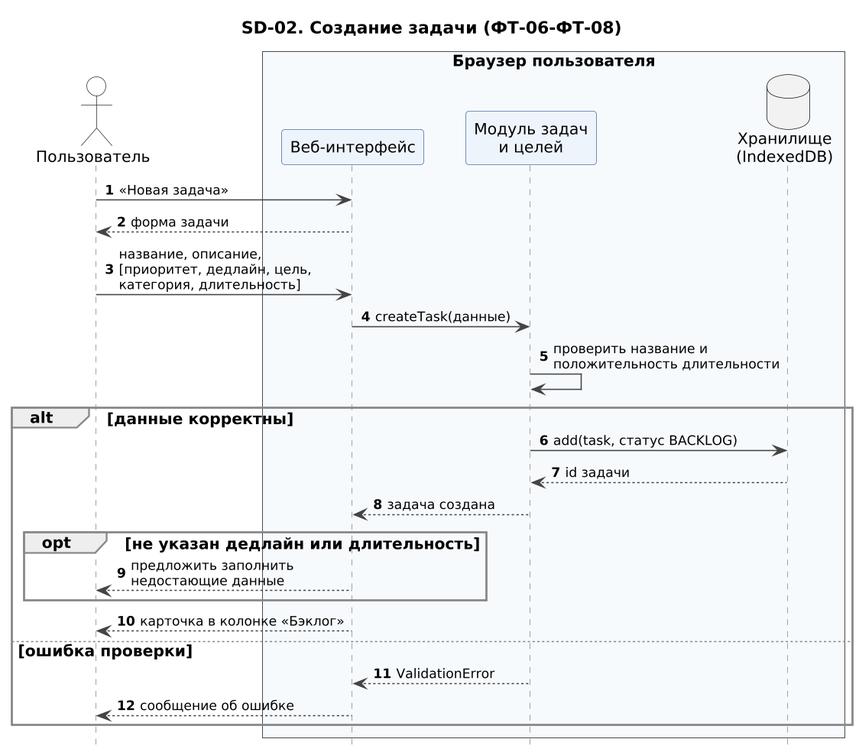
The PlantUML diagram docs/uml/png/SD-02_sozdanie_zadachi.png in freez044/kpo_project, before a commit. Its diagram source:
```plantuml
@startuml SD-02_sozdanie_zadachi
!include seqhead.iuml
title SD-02. Создание задачи (ФТ-06-ФТ-08)
actor "Пользователь" as U
box "Браузер пользователя" #F7FAFD
participant "Веб-интерфейс" as UI
participant "Модуль задач\nи целей" as TM
database "Хранилище\n(IndexedDB)" as DB
end box

U -> UI : «Новая задача»
UI --> U : форма задачи
U -> UI : название, описание,\n[приоритет, дедлайн, цель,\nкатегория, длительность]
UI -> TM : createTask(данные)
TM -> TM : проверить название и\nположительность длительности
alt данные корректны
  TM -> DB : add(task, статус BACKLOG)
  DB --> TM : id задачи
  TM --> UI : задача создана
  opt не указан дедлайн или длительность
    UI --> U : предложить заполнить\nнедостающие данные
  end
  UI --> U : карточка в колонке «Бэклог»
else ошибка проверки
  TM --> UI : ValidationError
  UI --> U : сообщение об ошибке
end
@enduml
```
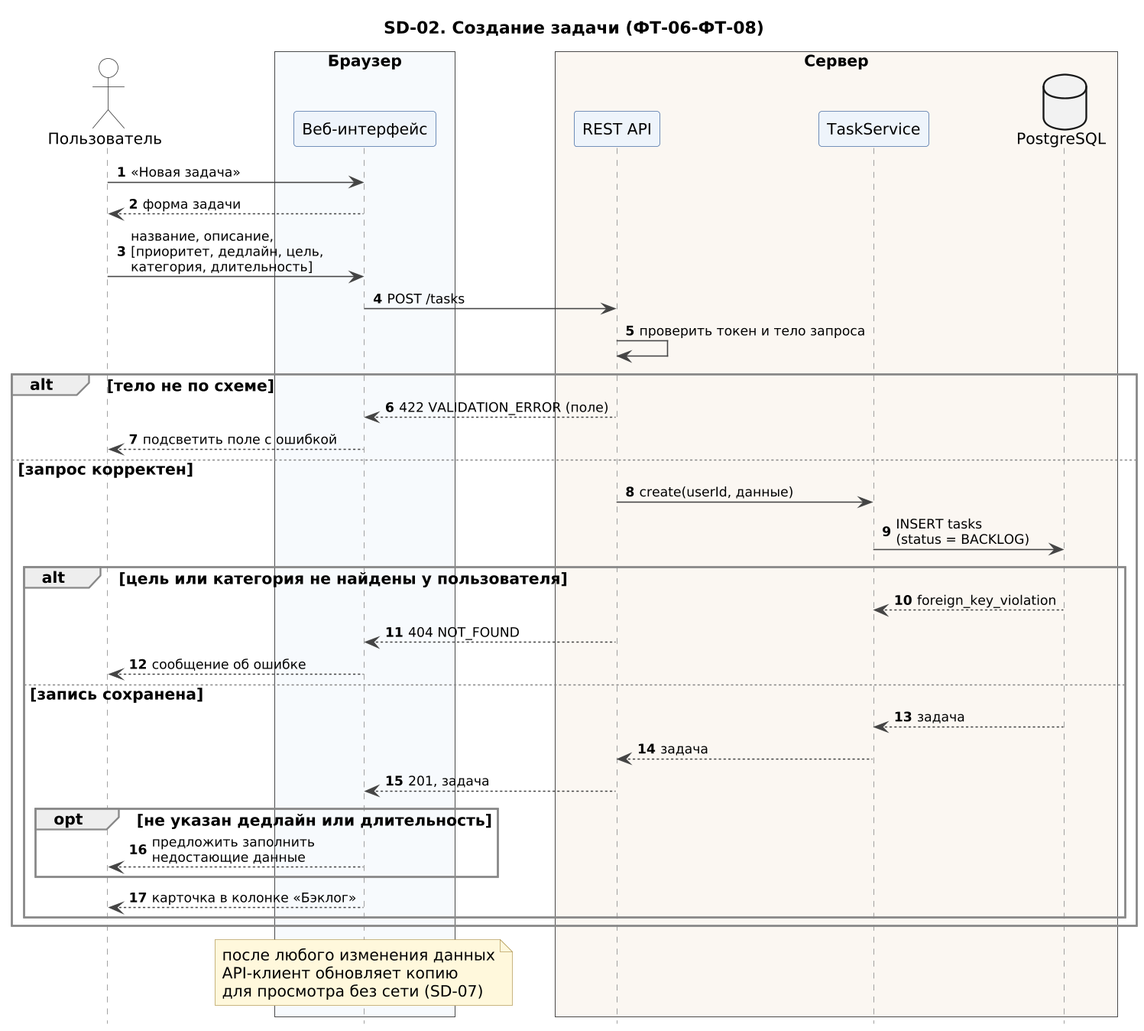
The same diagram one commit later.

What changed in the source:
```diff
@@ -2,27 +2,39 @@
 !include seqhead.iuml
 title SD-02. Создание задачи (ФТ-06-ФТ-08)
 actor "Пользователь" as U
-box "Браузер пользователя" #F7FAFD
+box "Браузер" #F7FAFD
 participant "Веб-интерфейс" as UI
-participant "Модуль задач\nи целей" as TM
-database "Хранилище\n(IndexedDB)" as DB
+end box
+box "Сервер" #FBF7F2
+participant "REST API" as API
+participant "TaskService" as TS
+database "PostgreSQL" as DB
 end box
 
 U -> UI : «Новая задача»
 UI --> U : форма задачи
 U -> UI : название, описание,\n[приоритет, дедлайн, цель,\nкатегория, длительность]
-UI -> TM : createTask(данные)
-TM -> TM : проверить название и\nположительность длительности
-alt данные корректны
-  TM -> DB : add(task, статус BACKLOG)
-  DB --> TM : id задачи
-  TM --> UI : задача создана
-  opt не указан дедлайн или длительность
-    UI --> U : предложить заполнить\nнедостающие данные
+UI -> API : POST /tasks
+API -> API : проверить токен и тело запроса
+alt тело не по схеме
+  API --> UI : 422 VALIDATION_ERROR (поле)
+  UI --> U : подсветить поле с ошибкой
+else запрос корректен
+  API -> TS : create(userId, данные)
+  TS -> DB : INSERT tasks\n(status = BACKLOG)
+  alt цель или категория не найдены у пользователя
+    DB --> TS : foreign_key_violation
+    API --> UI : 404 NOT_FOUND
+    UI --> U : сообщение об ошибке
+  else запись сохранена
+    DB --> TS : задача
+    TS --> API : задача
+    API --> UI : 201, задача
+    opt не указан дедлайн или длительность
+      UI --> U : предложить заполнить\nнедостающие данные
+    end
+    UI --> U : карточка в колонке «Бэклог»
   end
-  UI --> U : карточка в колонке «Бэклог»
-else ошибка проверки
-  TM --> UI : ValidationError
-  UI --> U : сообщение об ошибке
 end
+note over UI : после любого изменения данных\nAPI-клиент обновляет копию\nдля просмотра без сети (SD-07)
 @enduml
```
